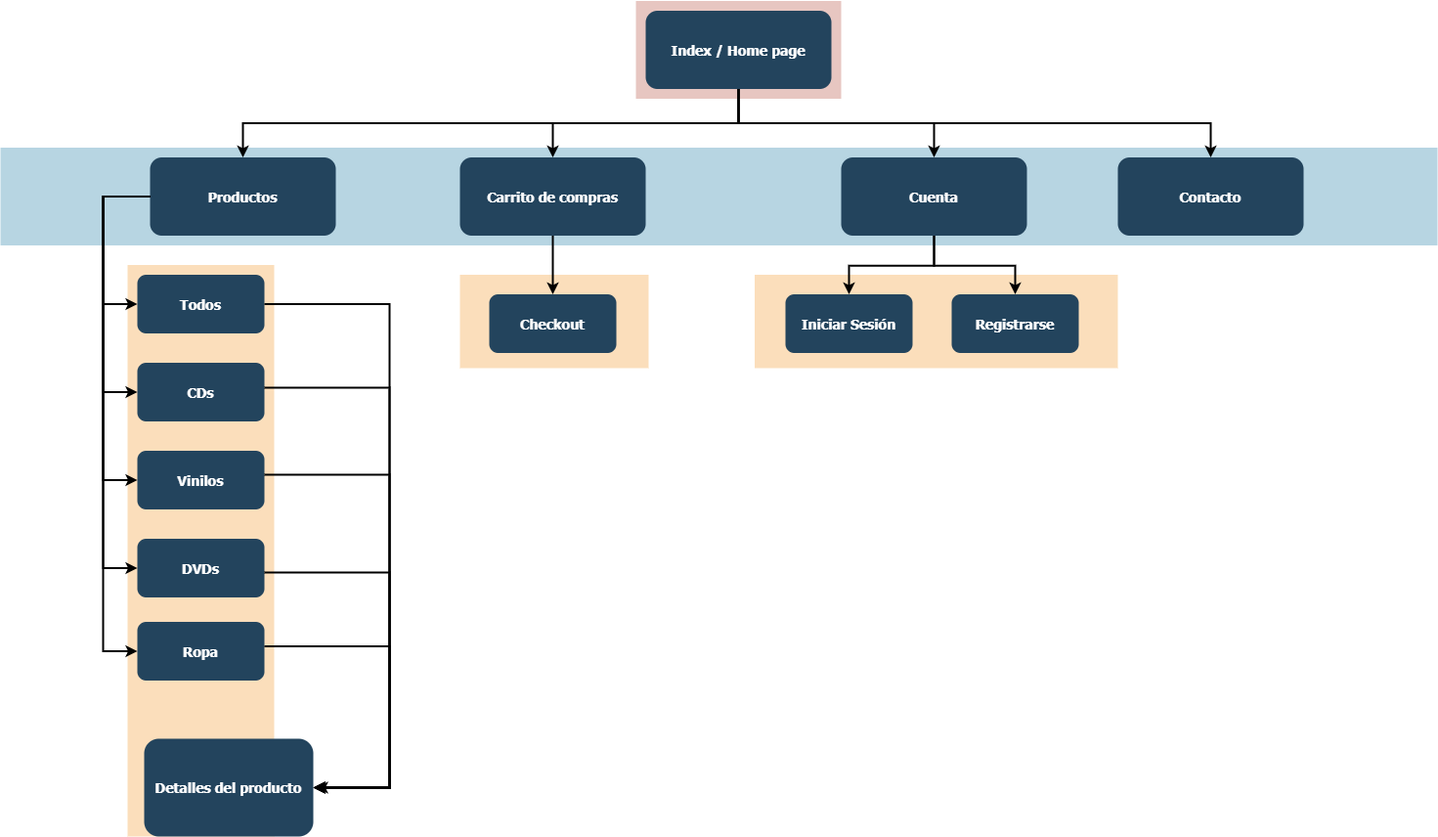
This is sitemap-ecos.png from smoran24/EcosRockeria, a draw.io export, as it was before one commit. Source tidied: cells renumbered, new cells last; positions are measured from the earlier drawing's top-left corner, leaving out a move shared by most shapes.
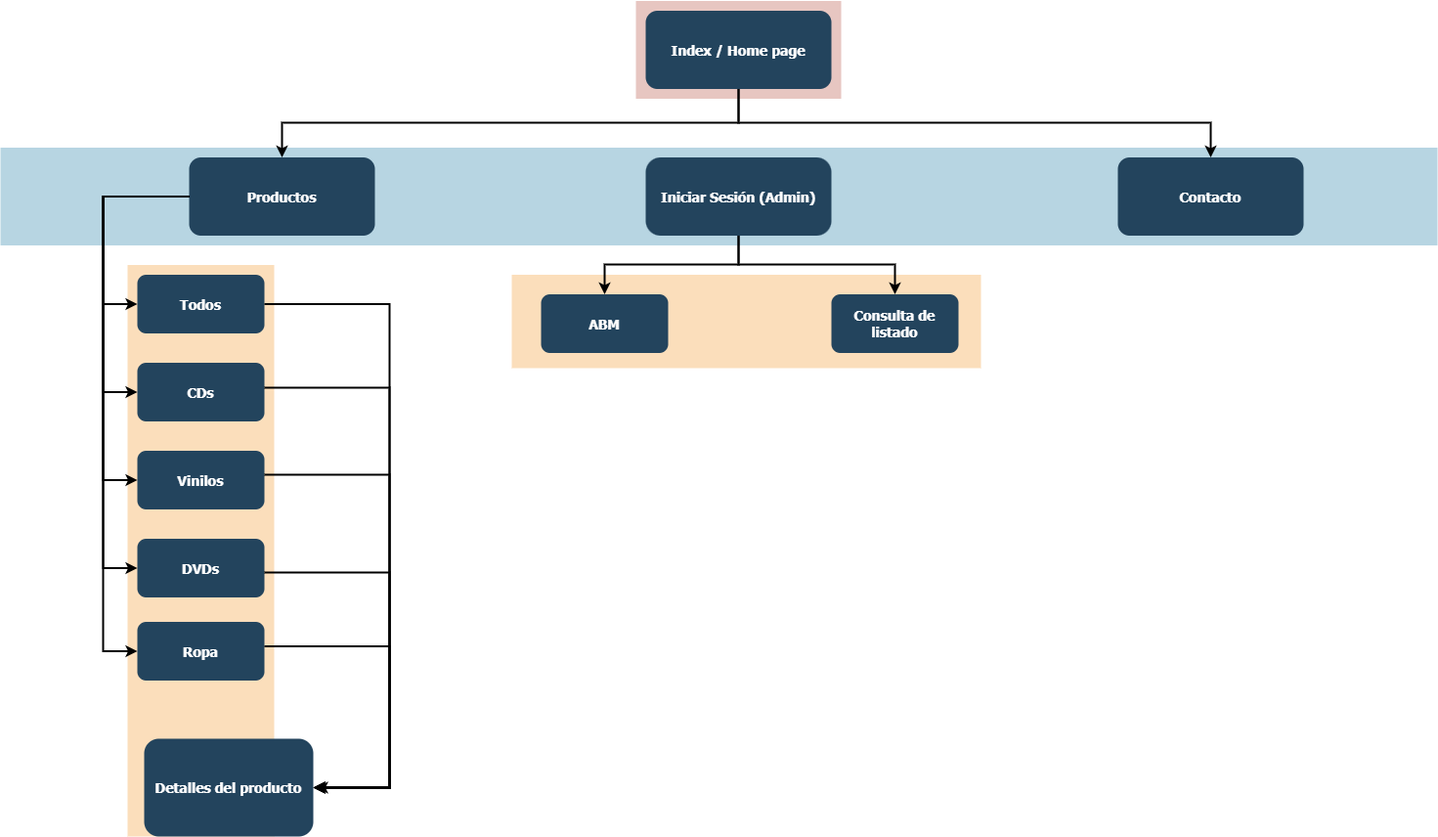
Above is the later version.

Commit message:
actualizo imagen del sitemap

Diff of the diagram source:
```diff
@@ -3,7 +3,7 @@
     <mxCell id="0" />
     <mxCell id="1" parent="0" />
     <mxCell id="2" style="fillColor=#F2931E;strokeColor=none;opacity=30;" parent="1" vertex="1">
-      <mxGeometry x="771.5" y="279.5" width="371.5" height="95.5" as="geometry" />
+      <mxGeometry x="523" y="279.5" width="480" height="95.5" as="geometry" />
     </mxCell>
     <mxCell id="3" style="fillColor=#AE4132;strokeColor=none;opacity=30;" parent="1" vertex="1">
       <mxGeometry x="650" y="-0.5" width="210" height="100" as="geometry" />
@@ -11,9 +11,6 @@
     <mxCell id="4" style="fillColor=#10739E;strokeColor=none;opacity=30;" parent="1" vertex="1">
       <mxGeometry y="149.5" width="1470" height="100" as="geometry" />
     </mxCell>
-    <mxCell id="5" style="fillColor=#F2931E;strokeColor=none;opacity=30;" parent="1" vertex="1">
-      <mxGeometry x="470" y="279.5" width="193" height="95.5" as="geometry" />
-    </mxCell>
     <mxCell id="6" style="fillColor=#F2931E;strokeColor=none;opacity=30;" parent="1" vertex="1">
       <mxGeometry x="130" y="269.5" width="150" height="584.5" as="geometry" />
     </mxCell>
@@ -26,11 +23,8 @@
     <mxCell id="9" value="Contacto" style="rounded=1;fillColor=#23445D;gradientColor=none;strokeColor=none;fontColor=#FFFFFF;fontStyle=1;fontFamily=Tahoma;fontSize=14;" parent="1" vertex="1">
       <mxGeometry x="1143" y="159.5" width="190" height="80" as="geometry" />
     </mxCell>
-    <mxCell id="10" value="Carrito de compras" style="rounded=1;fillColor=#23445D;gradientColor=none;strokeColor=none;fontColor=#FFFFFF;fontStyle=1;fontFamily=Tahoma;fontSize=14;" parent="1" vertex="1">
-      <mxGeometry x="470" y="159.5" width="190" height="80" as="geometry" />
-    </mxCell>
     <mxCell id="11" value="Productos" style="rounded=1;fillColor=#23445D;gradientColor=none;strokeColor=none;fontColor=#FFFFFF;fontStyle=1;fontFamily=Tahoma;fontSize=14;" parent="1" vertex="1">
-      <mxGeometry x="153" y="159.5" width="190" height="80" as="geometry" />
+      <mxGeometry x="193" y="159.5" width="190" height="80" as="geometry" />
     </mxCell>
     <mxCell id="12" value="Todos" style="rounded=1;fillColor=#23445D;gradientColor=none;strokeColor=none;fontColor=#FFFFFF;fontStyle=1;fontFamily=Tahoma;fontSize=14;" parent="1" vertex="1">
       <mxGeometry x="140" y="279.5" width="130" height="60" as="geometry" />
@@ -47,12 +41,6 @@
     <mxCell id="16" value="Ropa" style="rounded=1;fillColor=#23445D;gradientColor=none;strokeColor=none;fontColor=#FFFFFF;fontStyle=1;fontFamily=Tahoma;fontSize=14;" parent="1" vertex="1">
       <mxGeometry x="140" y="634.5" width="130" height="60" as="geometry" />
     </mxCell>
-    <mxCell id="17" value="Checkout" style="rounded=1;fillColor=#23445D;gradientColor=none;strokeColor=none;fontColor=#FFFFFF;fontStyle=1;fontFamily=Tahoma;fontSize=14;" parent="1" vertex="1">
-      <mxGeometry x="500" y="299.5" width="130" height="60" as="geometry" />
-    </mxCell>
-    <mxCell id="18" style="edgeStyle=elbowEdgeStyle;elbow=vertical;strokeWidth=2;rounded=0;" parent="1" edge="1" source="7" target="10">
-      <mxGeometry x="347" y="225.5" as="geometry" />
-    </mxCell>
     <mxCell id="19" style="edgeStyle=elbowEdgeStyle;elbow=vertical;strokeWidth=2;rounded=0;" parent="1" edge="1" source="7" target="11">
       <mxGeometry x="-23" y="135.5" as="geometry" />
     </mxCell>
@@ -91,9 +79,6 @@
         </Array>
       </mxGeometry>
     </mxCell>
-    <mxCell id="25" style="edgeStyle=elbowEdgeStyle;elbow=vertical;strokeWidth=2;rounded=0;" parent="1" edge="1" source="10" target="17">
-      <mxGeometry x="-23" y="135.5" as="geometry" />
-    </mxCell>
     <mxCell id="26" value="Detalles del producto" style="rounded=1;fillColor=#23445D;gradientColor=none;strokeColor=none;fontColor=#FFFFFF;fontStyle=1;fontFamily=Tahoma;fontSize=14;" parent="1" vertex="1">
       <mxGeometry x="147" y="754" width="173" height="100" as="geometry" />
     </mxCell>
@@ -137,20 +122,17 @@
         </Array>
       </mxGeometry>
     </mxCell>
-    <mxCell id="32" value="Cuenta" style="rounded=1;fillColor=#23445D;gradientColor=none;strokeColor=none;fontColor=#FFFFFF;fontStyle=1;fontFamily=Tahoma;fontSize=14;" parent="1" vertex="1">
-      <mxGeometry x="860" y="159.5" width="190" height="80" as="geometry" />
+    <mxCell id="32" value="Iniciar Sesión (Admin)" style="rounded=1;fillColor=#23445D;gradientColor=none;strokeColor=none;fontColor=#FFFFFF;fontStyle=1;fontFamily=Tahoma;fontSize=14;arcSize=19;" parent="1" vertex="1">
+      <mxGeometry x="660" y="159.5" width="190" height="80" as="geometry" />
     </mxCell>
-    <mxCell id="33" style="edgeStyle=elbowEdgeStyle;elbow=vertical;strokeWidth=2;rounded=0;exitX=0.5;exitY=1;exitDx=0;exitDy=0;" parent="1" edge="1" source="7" target="32">
-      <mxGeometry x="357" y="235.5" as="geometry" />
-    </mxCell>
-    <mxCell id="34" value="Iniciar Sesión" style="rounded=1;fillColor=#23445D;gradientColor=none;strokeColor=none;fontColor=#FFFFFF;fontStyle=1;fontFamily=Tahoma;fontSize=14;" parent="1" vertex="1">
-      <mxGeometry x="803" y="299.5" width="130" height="60" as="geometry" />
+    <mxCell id="34" value="ABM" style="rounded=1;fillColor=#23445D;gradientColor=none;strokeColor=none;fontColor=#FFFFFF;fontStyle=1;fontFamily=Tahoma;fontSize=14;" parent="1" vertex="1">
+      <mxGeometry x="553" y="299.5" width="130" height="60" as="geometry" />
     </mxCell>
     <mxCell id="35" style="edgeStyle=elbowEdgeStyle;elbow=vertical;strokeWidth=2;rounded=0;" parent="1" edge="1" source="32" target="34">
       <mxGeometry x="366.5" y="130" as="geometry" />
     </mxCell>
-    <mxCell id="36" value="Registrarse" style="rounded=1;fillColor=#23445D;gradientColor=none;strokeColor=none;fontColor=#FFFFFF;fontStyle=1;fontFamily=Tahoma;fontSize=14;" parent="1" vertex="1">
-      <mxGeometry x="973" y="299.5" width="130" height="60" as="geometry" />
+    <mxCell id="36" value="Consulta de&#10;listado" style="rounded=1;fillColor=#23445D;gradientColor=none;strokeColor=none;fontColor=#FFFFFF;fontStyle=1;fontFamily=Tahoma;fontSize=14;" parent="1" vertex="1">
+      <mxGeometry x="850" y="299.5" width="130" height="60" as="geometry" />
     </mxCell>
     <mxCell id="37" style="edgeStyle=elbowEdgeStyle;elbow=vertical;strokeWidth=2;rounded=0;entryX=0.5;entryY=0;entryDx=0;entryDy=0;" parent="1" edge="1" source="32" target="36">
       <mxGeometry x="376.5" y="140" as="geometry" />
```
